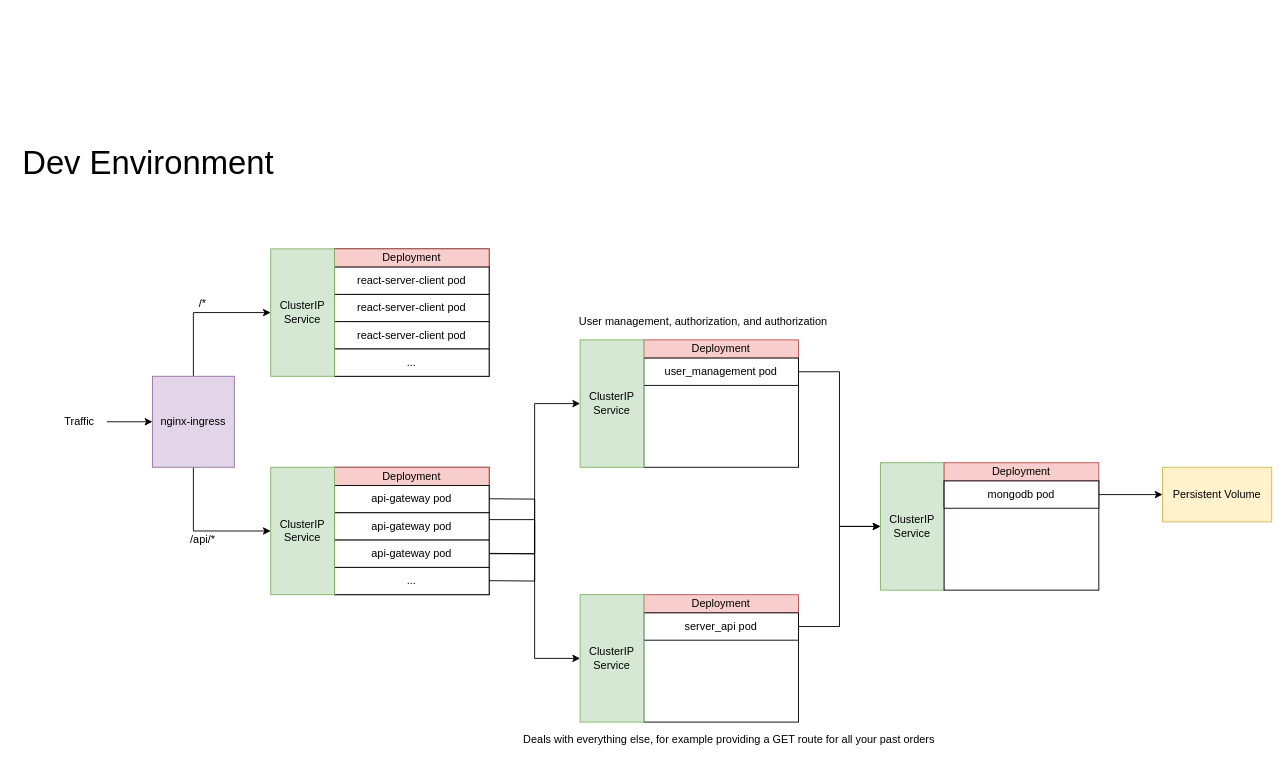
Above: page "Page-1" (1 of 2) of planning/architecture_diagram.drawio in Daniel-Laufer/flashcard-app (draw.io), before the change. Source tidied: cells renumbered, new cells numbered last; positions are measured from the earlier drawing's top-left corner, leaving out a move shared by most shapes. Both pictures are drawn from the tidied source at 91%, with x=0, y=0 at pixel (15, 148).
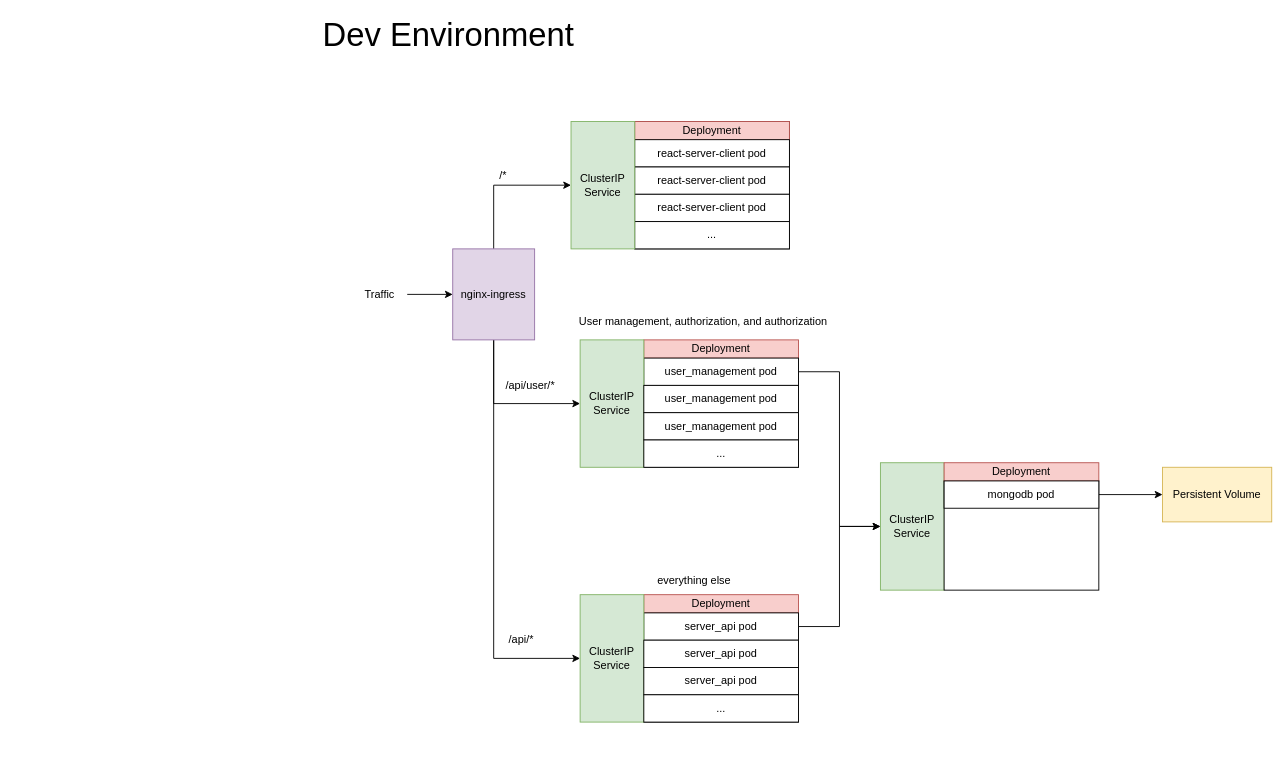
The same page after the edit.

Commit message (it also covers changes not shown here):
created a starting point for the rest api server, hooked it up to the nginx-ingress controller, and updated the infrastructure diagram

The change refers to these unchanged cells:
```xml
<mxCell id="38" value="ClusterIP Service" style="rounded=0;whiteSpace=wrap;html=1;fillColor=#d5e8d4;strokeColor=#82b366;" parent="1" vertex="1">
  <mxGeometry x="620" y="210" width="70" height="140" as="geometry" />
</mxCell>
<mxCell id="44" value="ClusterIP Service" style="rounded=0;whiteSpace=wrap;html=1;fillColor=#d5e8d4;strokeColor=#82b366;" parent="1" vertex="1">
  <mxGeometry x="620" y="490" width="70" height="140" as="geometry" />
</mxCell>
```

What changed in the source:
```diff
@@
     <mxCell id="3" value="Traffic" style="text;html=1;strokeColor=none;fillColor=none;align=center;verticalAlign=middle;whiteSpace=wrap;rounded=0;" parent="1" vertex="1">
-      <mxGeometry x="40" y="285" width="60" height="30" as="geometry" />
+      <mxGeometry x="370" y="145" width="60" height="30" as="geometry" />
     </mxCell>
@@
-    <mxCell id="5" style="edgeStyle=orthogonalEdgeStyle;rounded=0;jettySize=auto;html=1;exitX=0.5;exitY=1;exitDx=0;exitDy=0;entryX=0;entryY=0.5;entryDx=0;entryDy=0;" parent="1" edge="1" source="6" target="21">
-      <mxGeometry relative="1" as="geometry" />
-    </mxCell>
+    <mxCell id="48" style="edgeStyle=orthogonalEdgeStyle;rounded=0;jettySize=auto;html=1;exitX=0.5;exitY=1;exitDx=0;exitDy=0;" parent="1" edge="1" source="6" target="38">
+      <mxGeometry relative="1" as="geometry">
+        <Array as="points">
+          <mxPoint x="525" y="280" />
+        </Array>
+      </mxGeometry>
+    </mxCell>
+    <mxCell id="49" style="edgeStyle=orthogonalEdgeStyle;rounded=0;jettySize=auto;html=1;entryX=0;entryY=0.5;entryDx=0;entryDy=0;" parent="1" edge="1" source="6" target="44">
+      <mxGeometry relative="1" as="geometry">
+        <Array as="points">
+          <mxPoint x="525" y="560" />
+        </Array>
+      </mxGeometry>
+    </mxCell>
     <mxCell id="6" value="nginx-ingress" style="rounded=0;whiteSpace=wrap;html=1;fillColor=#e1d5e7;strokeColor=#9673a6;" parent="1" vertex="1">
-      <mxGeometry x="150" y="250" width="90" height="100" as="geometry" />
+      <mxGeometry x="480" y="110" width="90" height="100" as="geometry" />
     </mxCell>
     <mxCell id="7" style="rounded=0;whiteSpace=wrap;html=1;" parent="1" vertex="1">
-      <mxGeometry x="350" y="110" width="170" height="140" as="geometry" />
+      <mxGeometry x="680" y="-30" width="170" height="140" as="geometry" />
     </mxCell>
     <mxCell id="8" value="Deployment" style="rounded=0;whiteSpace=wrap;html=1;fillColor=#f8cecc;strokeColor=#b85450;" parent="1" vertex="1">
-      <mxGeometry x="350" y="110" width="170" height="20" as="geometry" />
+      <mxGeometry x="680" y="-30" width="170" height="20" as="geometry" />
     </mxCell>
     <mxCell id="9" value="react-server-client pod" style="rounded=0;whiteSpace=wrap;html=1;" parent="1" vertex="1">
-      <mxGeometry x="350" y="130" width="170" height="30" as="geometry" />
+      <mxGeometry x="680" y="-10" width="170" height="30" as="geometry" />
     </mxCell>
     <mxCell id="10" value="react-server-client&amp;nbsp;pod" style="rounded=0;whiteSpace=wrap;html=1;" parent="1" vertex="1">
-      <mxGeometry x="350" y="160" width="170" height="30" as="geometry" />
+      <mxGeometry x="680" y="20" width="170" height="30" as="geometry" />
     </mxCell>
     <mxCell id="11" value="react-server-client&amp;nbsp;pod" style="rounded=0;whiteSpace=wrap;html=1;" parent="1" vertex="1">
-      <mxGeometry x="350" y="190" width="170" height="30" as="geometry" />
+      <mxGeometry x="680" y="50" width="170" height="30" as="geometry" />
     </mxCell>
     <mxCell id="12" value="..." style="rounded=0;whiteSpace=wrap;html=1;" parent="1" vertex="1">
-      <mxGeometry x="350" y="220" width="170" height="30" as="geometry" />
+      <mxGeometry x="680" y="80" width="170" height="30" as="geometry" />
     </mxCell>
-    <mxCell id="13" style="rounded=0;whiteSpace=wrap;html=1;" parent="1" vertex="1">
-      <mxGeometry x="350" y="350" width="170" height="140" as="geometry" />
-    </mxCell>
-    <mxCell id="14" value="Deployment" style="rounded=0;whiteSpace=wrap;html=1;fillColor=#f8cecc;strokeColor=#b85450;" parent="1" vertex="1">
-      <mxGeometry x="350" y="350" width="170" height="20" as="geometry" />
-    </mxCell>
-    <mxCell id="15" value="api-gateway pod" style="rounded=0;whiteSpace=wrap;html=1;" parent="1" vertex="1">
-      <mxGeometry x="350" y="370" width="170" height="30" as="geometry" />
-    </mxCell>
-    <mxCell id="16" style="edgeStyle=orthogonalEdgeStyle;rounded=0;jettySize=auto;html=1;exitX=1;exitY=0.25;exitDx=0;exitDy=0;entryX=0;entryY=0.5;entryDx=0;entryDy=0;" parent="1" edge="1" source="17" target="44">
-      <mxGeometry relative="1" as="geometry" />
-    </mxCell>
-    <mxCell id="17" value="api-gateway pod" style="rounded=0;whiteSpace=wrap;html=1;" parent="1" vertex="1">
-      <mxGeometry x="350" y="400" width="170" height="30" as="geometry" />
-    </mxCell>
-    <mxCell id="18" style="edgeStyle=orthogonalEdgeStyle;rounded=0;jettySize=auto;html=1;exitX=1;exitY=0.5;exitDx=0;exitDy=0;entryX=0;entryY=0.5;entryDx=0;entryDy=0;" parent="1" edge="1" source="19" target="38">
-      <mxGeometry relative="1" as="geometry" />
-    </mxCell>
-    <mxCell id="19" value="api-gateway pod" style="rounded=0;whiteSpace=wrap;html=1;" parent="1" vertex="1">
-      <mxGeometry x="350" y="430" width="170" height="30" as="geometry" />
-    </mxCell>
-    <mxCell id="20" value="..." style="rounded=0;whiteSpace=wrap;html=1;" parent="1" vertex="1">
-      <mxGeometry x="350" y="460" width="170" height="30" as="geometry" />
-    </mxCell>
-    <mxCell id="21" value="ClusterIP Service" style="rounded=0;whiteSpace=wrap;html=1;fillColor=#d5e8d4;strokeColor=#82b366;" parent="1" vertex="1">
-      <mxGeometry x="280" y="350" width="70" height="140" as="geometry" />
-    </mxCell>
     <mxCell id="22" value="ClusterIP Service" style="rounded=0;whiteSpace=wrap;html=1;fillColor=#d5e8d4;strokeColor=#82b366;" parent="1" vertex="1">
-      <mxGeometry x="280" y="110" width="70" height="140" as="geometry" />
+      <mxGeometry x="610" y="-30" width="70" height="140" as="geometry" />
     </mxCell>
     <mxCell id="23" value="/api/*" style="text;html=1;align=center;verticalAlign=middle;fillColor=none;strokeColor=none;rounded=0;" parent="1" vertex="1">
-      <mxGeometry x="185" y="420" width="40" height="20" as="geometry" />
+      <mxGeometry x="535" y="530" width="40" height="20" as="geometry" />
     </mxCell>
     <mxCell id="24" value="/*" style="text;html=1;align=center;verticalAlign=middle;fillColor=none;strokeColor=none;rounded=0;" parent="1" vertex="1">
-      <mxGeometry x="195" y="160" width="20" height="20" as="geometry" />
+      <mxGeometry x="525" y="20" width="20" height="20" as="geometry" />
     </mxCell>
@@
-    <mxCell id="30" style="endArrow=none;html=1;" parent="1" edge="1">
-      <mxGeometry relative="1" as="geometry">
-        <mxPoint x="520" y="444.6" as="sourcePoint" />
-        <mxPoint x="570" y="445" as="targetPoint" />
-      </mxGeometry>
-    </mxCell>
-    <mxCell id="31" style="endArrow=none;html=1;" parent="1" edge="1">
-      <mxGeometry relative="1" as="geometry">
-        <mxPoint x="520" y="474.6" as="sourcePoint" />
-        <mxPoint x="570" y="475" as="targetPoint" />
-      </mxGeometry>
-    </mxCell>
-    <mxCell id="32" style="endArrow=none;html=1;" parent="1" edge="1">
-      <mxGeometry relative="1" as="geometry">
-        <mxPoint x="520" y="384.6" as="sourcePoint" />
-        <mxPoint x="570" y="385" as="targetPoint" />
-      </mxGeometry>
-    </mxCell>
-    <mxCell id="33" style="endArrow=none;html=1;" parent="1" edge="1">
-      <mxGeometry relative="1" as="geometry">
-        <mxPoint x="570" y="475" as="sourcePoint" />
-        <mxPoint x="570" y="385" as="targetPoint" />
-        <Array as="points">
-          <mxPoint x="570" y="430" />
-        </Array>
-      </mxGeometry>
-    </mxCell>
@@
-    <mxCell id="46" value="Deals with everything else, for example providing a GET route for all your past orders&amp;nbsp;" style="text;html=1;align=center;verticalAlign=middle;strokeColor=none;" parent="1" vertex="1">
-      <mxGeometry x="550" y="640" width="470" height="20" as="geometry" />
-    </mxCell>
     <mxCell id="47" value="&lt;font style=&quot;font-size: 36px&quot;&gt;Dev Environment&lt;/font&gt;" style="text;html=1;align=center;verticalAlign=middle;fillColor=none;strokeColor=none;rounded=0;" parent="1" vertex="1">
-      <mxGeometry width="290" height="30" as="geometry" />
+      <mxGeometry x="330" y="-140" width="290" height="30" as="geometry" />
     </mxCell>
+    <mxCell id="50" value="/api/user/*" style="text;html=1;align=center;verticalAlign=middle;fillColor=none;strokeColor=none;rounded=0;" parent="1" vertex="1">
+      <mxGeometry x="530" y="250" width="70" height="20" as="geometry" />
+    </mxCell>
+    <mxCell id="51" value="server_api pod" style="rounded=0;whiteSpace=wrap;html=1;" parent="1" vertex="1">
+      <mxGeometry x="690" y="540" width="170" height="30" as="geometry" />
+    </mxCell>
+    <mxCell id="52" value="server_api pod" style="rounded=0;whiteSpace=wrap;html=1;" parent="1" vertex="1">
+      <mxGeometry x="690" y="570" width="170" height="30" as="geometry" />
+    </mxCell>
+    <mxCell id="53" value="..." style="rounded=0;whiteSpace=wrap;html=1;" parent="1" vertex="1">
+      <mxGeometry x="690" y="600" width="170" height="30" as="geometry" />
+    </mxCell>
+    <mxCell id="54" value="user_management pod" style="rounded=0;whiteSpace=wrap;html=1;" parent="1" vertex="1">
+      <mxGeometry x="690" y="260" width="170" height="30" as="geometry" />
+    </mxCell>
+    <mxCell id="55" value="user_management pod" style="rounded=0;whiteSpace=wrap;html=1;" parent="1" vertex="1">
+      <mxGeometry x="690" y="290" width="170" height="30" as="geometry" />
+    </mxCell>
+    <mxCell id="56" value="..." style="rounded=0;whiteSpace=wrap;html=1;" parent="1" vertex="1">
+      <mxGeometry x="690" y="320" width="170" height="30" as="geometry" />
+    </mxCell>
+    <mxCell id="57" value="everything else" style="text;html=1;align=center;verticalAlign=middle;fillColor=none;strokeColor=none;rounded=0;labelBackgroundColor=none;" parent="1" vertex="1">
+      <mxGeometry x="695" y="465" width="100" height="20" as="geometry" />
+    </mxCell>
```
